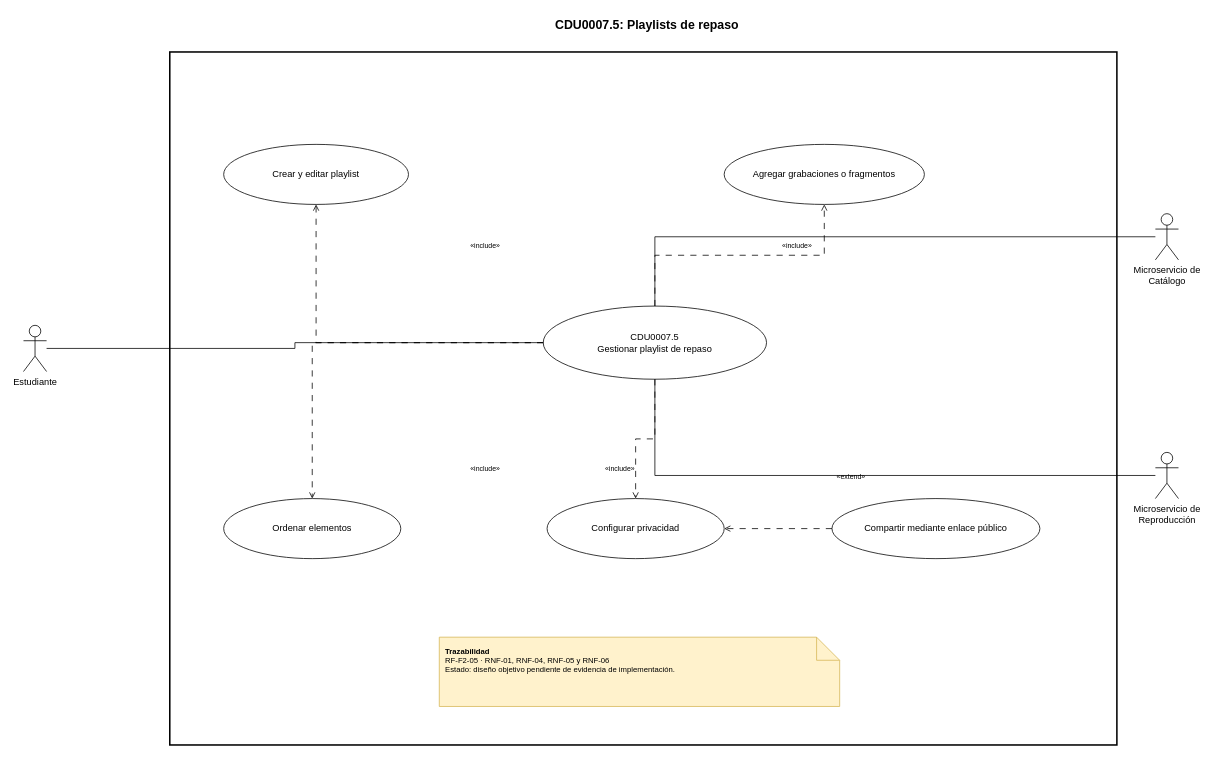
Above: Documentacion/CDU/XML/CDU_Expandido_CDU32_202307691.drawio.xml in thanya-gate/SA_PROYECTO_202307691 (draw.io), before the change. Source tidied: cells renumbered, new cells numbered last; positions are measured from the earlier drawing's top-left corner, leaving out a move shared by most shapes. Both pictures are drawn from the tidied source at 77%, with x=0, y=0 at pixel (23, 13).
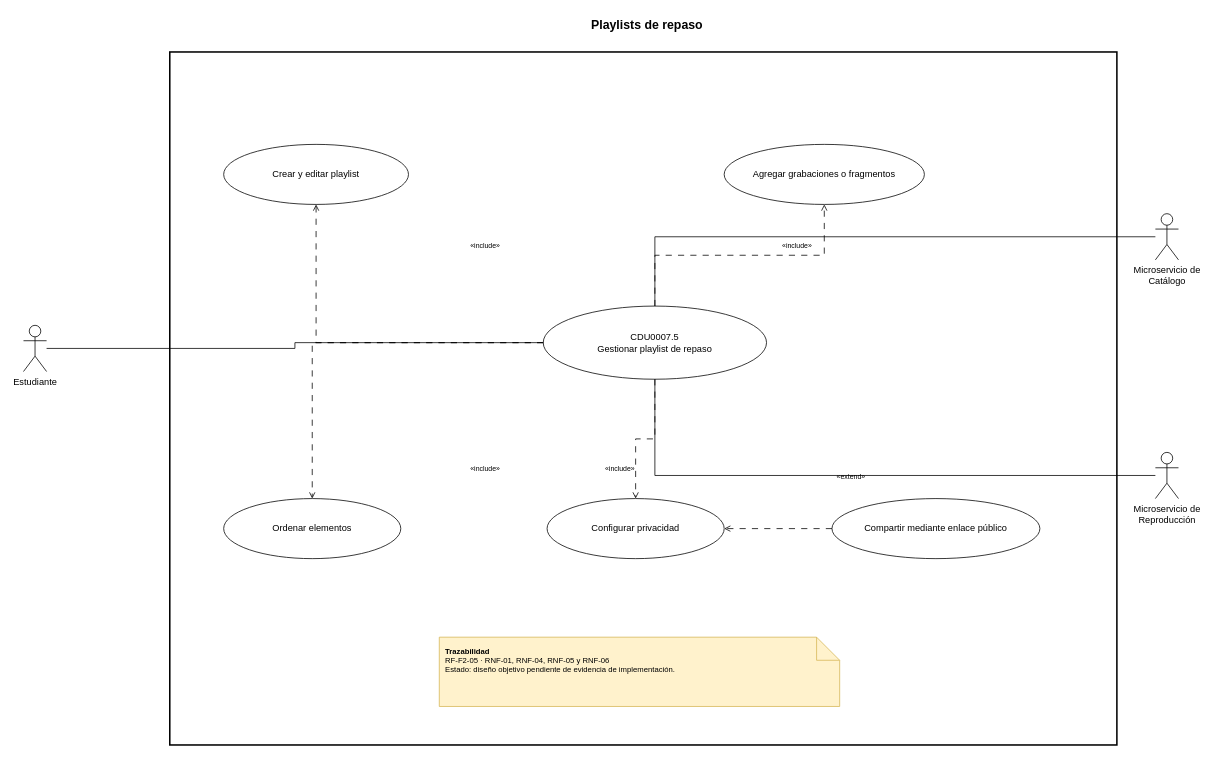
The same page after the edit.

Diff of the diagram source:
```diff
@@
-    <mxCell id="3" value="CDU0007.5: Playlists de repaso" style="text;html=1;whiteSpace=wrap;strokeColor=none;fillColor=none;align=center;verticalAlign=middle;fontStyle=1;fontSize=16;" parent="1" vertex="1">
+    <mxCell id="3" value="Playlists de repaso" style="text;html=1;whiteSpace=wrap;strokeColor=none;fillColor=none;align=center;verticalAlign=middle;fontStyle=1;fontSize=16;" parent="1" vertex="1">
       <mxGeometry x="450" width="720" height="30" as="geometry" />
     </mxCell>
```
